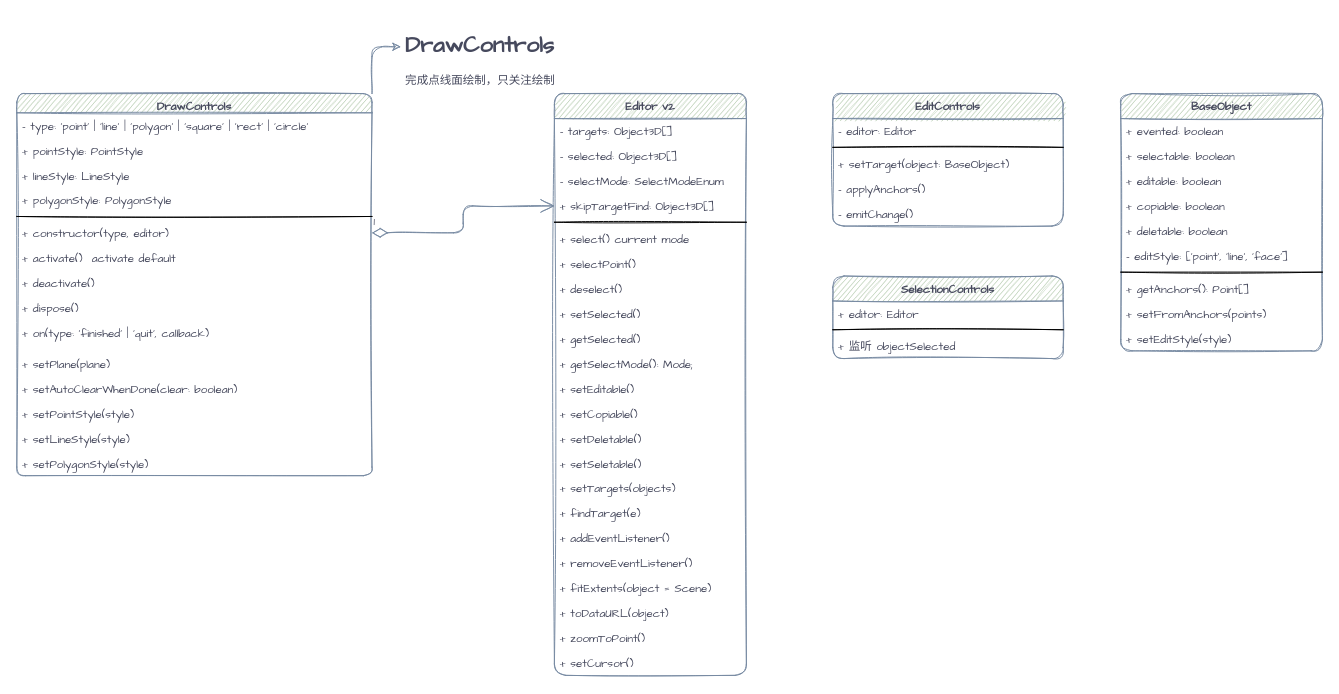
This is page "第 2 页" (2 of 3) of 绘制区间线.drawio from liuxinqiong/drawio, a draw.io file, before an edit. Source tidied: cells renumbered, new cells numbered last; positions are measured from the earlier drawing's top-left corner, leaving out a move shared by most shapes. Both pictures are drawn from the tidied source at 96%, with x=0, y=0 at pixel (16, 26).
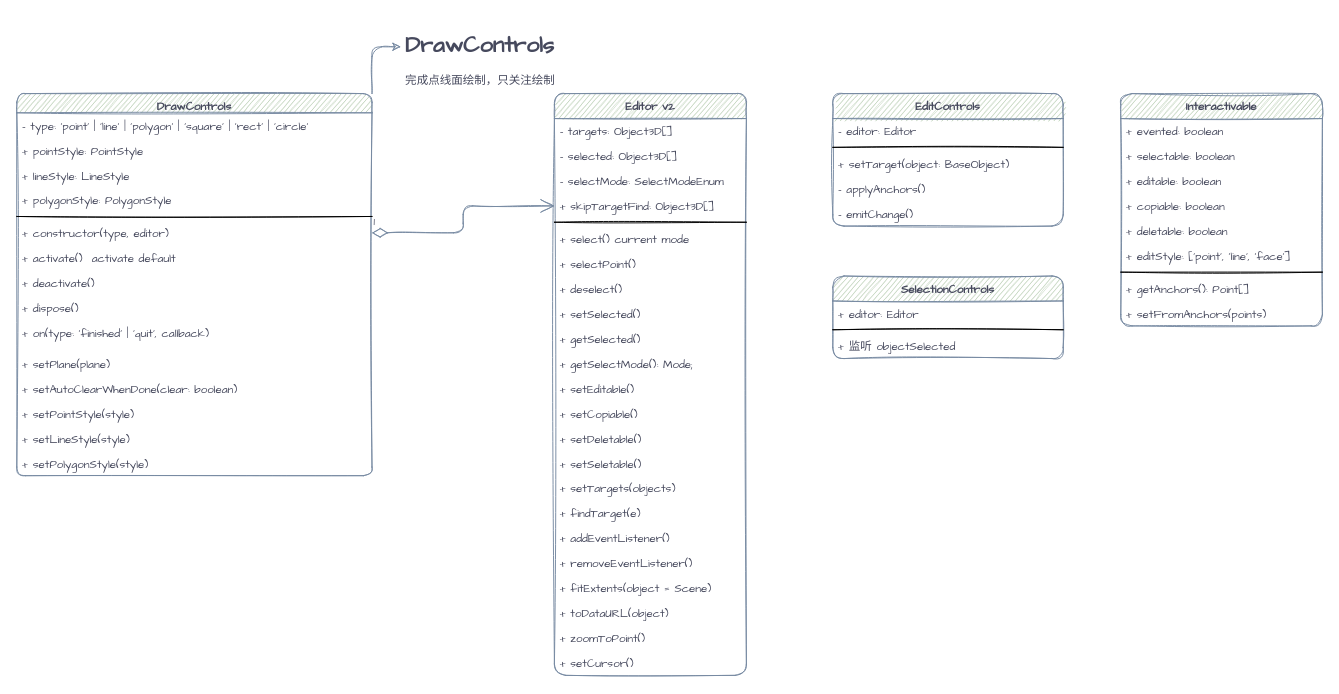
The same diagram, later.

Commit message:
更新绘制区间线.drawio

Change to the diagram source:
```diff
@@
-    <mxCell id="49" value="BaseObject" style="swimlane;fontStyle=1;align=center;verticalAlign=top;horizontal=1;startSize=26;rounded=1;sketch=1;fontFamily=Comic Sans MS;fontColor=#46495D;strokeColor=#788AA3;fillColor=#B2C9AB;" parent="1" vertex="1">
-      <mxGeometry x="1150" y="70" width="210" height="268" as="geometry" />
+    <mxCell id="49" value="Interactivable" style="swimlane;fontStyle=1;align=center;verticalAlign=top;horizontal=1;startSize=26;rounded=1;sketch=1;fontFamily=Comic Sans MS;fontColor=#46495D;strokeColor=#788AA3;fillColor=#B2C9AB;" parent="1" vertex="1">
+      <mxGeometry x="1150" y="70" width="210" height="242" as="geometry" />
     </mxCell>
@@
-    <mxCell id="55" value="- editStyle: ['point', 'line', 'face']" style="text;strokeColor=none;fillColor=none;align=left;verticalAlign=top;spacingLeft=4;spacingRight=4;overflow=hidden;rounded=1;sketch=1;fontFamily=Comic Sans MS;fontColor=#46495D;" parent="49" vertex="1">
+    <mxCell id="55" value="+ editStyle: ['point', 'line', 'face']" style="text;strokeColor=none;fillColor=none;align=left;verticalAlign=top;spacingLeft=4;spacingRight=4;overflow=hidden;rounded=1;sketch=1;fontFamily=Comic Sans MS;fontColor=#46495D;" parent="49" vertex="1">
       <mxGeometry y="156" width="210" height="26" as="geometry" />
     </mxCell>
@@
-    <mxCell id="59" value="+ setEditStyle(style)" style="text;strokeColor=none;fillColor=none;align=left;verticalAlign=top;spacingLeft=4;spacingRight=4;overflow=hidden;rounded=1;sketch=1;fontFamily=Comic Sans MS;fontColor=#46495D;" parent="49" vertex="1">
-      <mxGeometry y="242" width="210" height="26" as="geometry" />
-    </mxCell>
```
